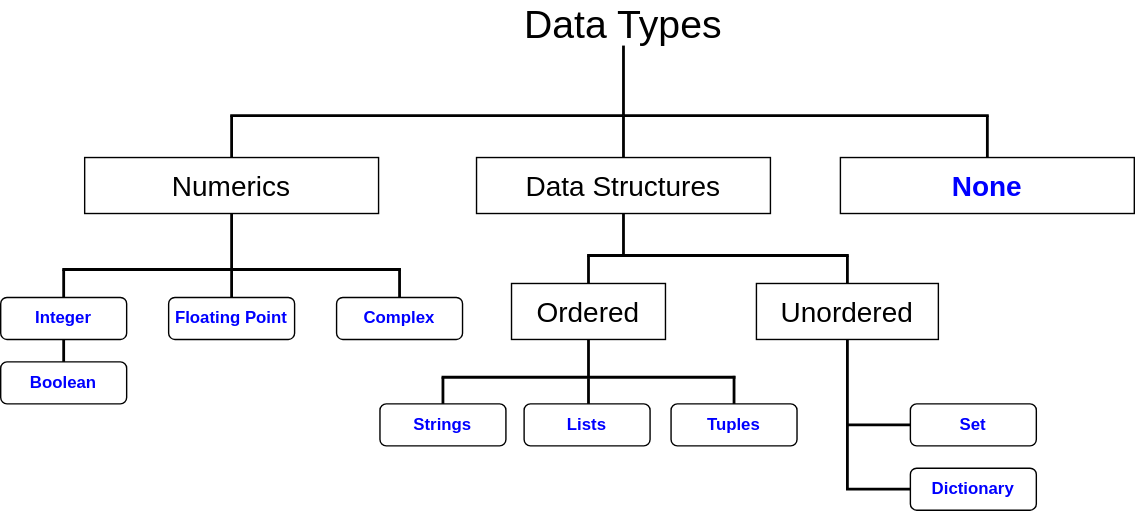
Earlier version of the draw.io export learn_python/module2_data_types/resources/DataTypes.svg (bckohan/learn-python). Source tidied: cells renumbered, new cells last; positions are measured from the earlier drawing's top-left corner, leaving out a move shared by most shapes. Source of this version:
```xml
<mxGraphModel>
  <root>
    <mxCell id="0" />
    <mxCell id="1" parent="0" />
    <mxCell id="2" value="&lt;font style=&quot;font-size: 28px;&quot;&gt;Data Types&lt;/font&gt;" style="text;html=1;strokeColor=none;fillColor=none;align=center;verticalAlign=middle;whiteSpace=wrap;rounded=0;" parent="1" vertex="1">
      <mxGeometry x="370" width="150" height="30" as="geometry" />
    </mxCell>
    <mxCell id="3" style="endArrow=none;html=1;rounded=0;entryX=0.5;entryY=1;entryDx=0;entryDy=0;strokeWidth=2;" parent="1" edge="1" target="2">
      <mxGeometry relative="1" as="geometry">
        <mxPoint x="445" y="80" as="sourcePoint" />
      </mxGeometry>
    </mxCell>
    <mxCell id="4" value="&lt;font style=&quot;font-size: 20px;&quot;&gt;Numerics&lt;/font&gt;" style="rounded=0;whiteSpace=wrap;html=1;" parent="1" vertex="1">
      <mxGeometry x="60" y="110" width="210" height="40" as="geometry" />
    </mxCell>
    <mxCell id="5" value="&lt;font style=&quot;font-size: 20px;&quot;&gt;Data Structures&lt;/font&gt;" style="rounded=0;whiteSpace=wrap;html=1;" parent="1" vertex="1">
      <mxGeometry x="340" y="110" width="210" height="40" as="geometry" />
    </mxCell>
    <mxCell id="6" value="&lt;font color=&quot;#0000ff&quot; style=&quot;font-size: 20px;&quot;&gt;&lt;b&gt;None&lt;/b&gt;&lt;/font&gt;" style="rounded=0;whiteSpace=wrap;html=1;" parent="1" vertex="1">
      <mxGeometry x="600" y="110" width="210" height="40" as="geometry" />
    </mxCell>
    <mxCell id="7" style="endArrow=none;html=1;rounded=0;strokeWidth=2;" parent="1" edge="1">
      <mxGeometry relative="1" as="geometry">
        <mxPoint x="164" y="80" as="sourcePoint" />
        <mxPoint x="445" y="80" as="targetPoint" />
      </mxGeometry>
    </mxCell>
    <mxCell id="8" style="endArrow=none;html=1;rounded=0;strokeWidth=2;" parent="1" edge="1">
      <mxGeometry relative="1" as="geometry">
        <mxPoint x="445" y="80" as="sourcePoint" />
        <mxPoint x="706" y="80" as="targetPoint" />
      </mxGeometry>
    </mxCell>
    <mxCell id="9" style="endArrow=none;html=1;rounded=0;exitX=0.5;exitY=0;exitDx=0;exitDy=0;strokeWidth=2;" parent="1" edge="1" source="4">
      <mxGeometry relative="1" as="geometry">
        <mxPoint x="165" y="80" as="targetPoint" />
      </mxGeometry>
    </mxCell>
    <mxCell id="10" style="endArrow=none;html=1;rounded=0;exitX=0.5;exitY=0;exitDx=0;exitDy=0;strokeWidth=2;" parent="1" edge="1">
      <mxGeometry relative="1" as="geometry">
        <mxPoint x="445" y="110" as="sourcePoint" />
        <mxPoint x="445" y="80" as="targetPoint" />
      </mxGeometry>
    </mxCell>
    <mxCell id="11" style="endArrow=none;html=1;rounded=0;strokeWidth=2;exitX=0.5;exitY=0;exitDx=0;exitDy=0;" parent="1" edge="1" source="6">
      <mxGeometry relative="1" as="geometry">
        <mxPoint x="705" y="80" as="targetPoint" />
      </mxGeometry>
    </mxCell>
    <mxCell id="12" style="endArrow=none;html=1;rounded=0;strokeWidth=2;entryX=0.5;entryY=1;entryDx=0;entryDy=0;" parent="1" edge="1" target="4">
      <mxGeometry relative="1" as="geometry">
        <mxPoint x="165" y="190" as="sourcePoint" />
      </mxGeometry>
    </mxCell>
    <mxCell id="13" value="&lt;b&gt;&lt;font color=&quot;#0000ff&quot;&gt;Integer&lt;/font&gt;&lt;/b&gt;" style="rounded=1;whiteSpace=wrap;html=1;" parent="1" vertex="1">
      <mxGeometry y="210" width="90" height="30" as="geometry" />
    </mxCell>
    <mxCell id="14" value="&lt;b&gt;&lt;font color=&quot;#0000ff&quot;&gt;Floating Point&lt;/font&gt;&lt;/b&gt;" style="rounded=1;whiteSpace=wrap;html=1;" parent="1" vertex="1">
      <mxGeometry x="120" y="210" width="90" height="30" as="geometry" />
    </mxCell>
    <mxCell id="15" value="&lt;b&gt;&lt;font color=&quot;#0000ff&quot;&gt;Complex&lt;/font&gt;&lt;/b&gt;" style="rounded=1;whiteSpace=wrap;html=1;" parent="1" vertex="1">
      <mxGeometry x="240" y="210" width="90" height="30" as="geometry" />
    </mxCell>
    <mxCell id="16" value="&lt;b&gt;&lt;font color=&quot;#0000ff&quot;&gt;Boolean&lt;/font&gt;&lt;/b&gt;" style="rounded=1;whiteSpace=wrap;html=1;" parent="1" vertex="1">
      <mxGeometry y="256" width="90" height="30" as="geometry" />
    </mxCell>
    <mxCell id="17" style="endArrow=none;html=1;rounded=0;strokeWidth=2;" parent="1" edge="1">
      <mxGeometry relative="1" as="geometry">
        <mxPoint x="44" y="190" as="sourcePoint" />
        <mxPoint x="286" y="190" as="targetPoint" />
      </mxGeometry>
    </mxCell>
    <mxCell id="18" style="endArrow=none;html=1;rounded=0;strokeWidth=2;exitX=0.5;exitY=0;exitDx=0;exitDy=0;" parent="1" edge="1" source="14">
      <mxGeometry relative="1" as="geometry">
        <mxPoint x="165" y="190" as="targetPoint" />
      </mxGeometry>
    </mxCell>
    <mxCell id="19" style="endArrow=none;html=1;rounded=0;strokeWidth=2;exitX=0.5;exitY=0;exitDx=0;exitDy=0;" parent="1" edge="1" source="15">
      <mxGeometry relative="1" as="geometry">
        <mxPoint x="285" y="190" as="targetPoint" />
      </mxGeometry>
    </mxCell>
    <mxCell id="20" style="endArrow=none;html=1;rounded=0;strokeWidth=2;exitX=0.5;exitY=0;exitDx=0;exitDy=0;" parent="1" edge="1" source="13">
      <mxGeometry relative="1" as="geometry">
        <mxPoint x="45" y="190" as="targetPoint" />
      </mxGeometry>
    </mxCell>
    <mxCell id="21" style="endArrow=none;html=1;rounded=0;strokeWidth=2;exitX=0.5;exitY=0;exitDx=0;exitDy=0;entryX=0.5;entryY=1;entryDx=0;entryDy=0;" parent="1" edge="1" source="16" target="13">
      <mxGeometry relative="1" as="geometry" />
    </mxCell>
    <mxCell id="22" value="&lt;font style=&quot;font-size: 20px;&quot;&gt;Ordered&lt;/font&gt;" style="rounded=0;whiteSpace=wrap;html=1;" parent="1" vertex="1">
      <mxGeometry x="365" y="200" width="110" height="40" as="geometry" />
    </mxCell>
    <mxCell id="23" value="&lt;font style=&quot;font-size: 20px;&quot;&gt;Unordered&lt;/font&gt;" style="rounded=0;whiteSpace=wrap;html=1;" parent="1" vertex="1">
      <mxGeometry x="540" y="200" width="130" height="40" as="geometry" />
    </mxCell>
    <mxCell id="24" style="endArrow=none;html=1;rounded=0;strokeWidth=2;" parent="1" edge="1">
      <mxGeometry relative="1" as="geometry">
        <mxPoint x="419" y="180" as="sourcePoint" />
        <mxPoint x="606" y="180" as="targetPoint" />
      </mxGeometry>
    </mxCell>
    <mxCell id="25" style="endArrow=none;html=1;rounded=0;strokeWidth=2;exitX=0.5;exitY=0;exitDx=0;exitDy=0;" parent="1" edge="1" source="22">
      <mxGeometry relative="1" as="geometry">
        <mxPoint x="420" y="180" as="targetPoint" />
      </mxGeometry>
    </mxCell>
    <mxCell id="26" style="endArrow=none;html=1;rounded=0;strokeWidth=2;exitX=0.5;exitY=0;exitDx=0;exitDy=0;" parent="1" edge="1" source="23">
      <mxGeometry relative="1" as="geometry">
        <mxPoint x="605" y="180" as="targetPoint" />
      </mxGeometry>
    </mxCell>
    <mxCell id="27" style="endArrow=none;html=1;rounded=0;strokeWidth=2;entryX=0.5;entryY=1;entryDx=0;entryDy=0;" parent="1" edge="1" target="5">
      <mxGeometry relative="1" as="geometry">
        <mxPoint x="445" y="180" as="sourcePoint" />
      </mxGeometry>
    </mxCell>
    <mxCell id="28" value="&lt;b&gt;&lt;font color=&quot;#0000ff&quot;&gt;Strings&lt;/font&gt;&lt;/b&gt;" style="rounded=1;whiteSpace=wrap;html=1;" parent="1" vertex="1">
      <mxGeometry x="271" y="286" width="90" height="30" as="geometry" />
    </mxCell>
    <mxCell id="29" value="&lt;b&gt;&lt;font color=&quot;#0000ff&quot;&gt;Lists&lt;/font&gt;&lt;/b&gt;" style="rounded=1;whiteSpace=wrap;html=1;" parent="1" vertex="1">
      <mxGeometry x="374" y="286" width="90" height="30" as="geometry" />
    </mxCell>
    <mxCell id="30" value="&lt;b&gt;&lt;font color=&quot;#0000ff&quot;&gt;Tuples&lt;/font&gt;&lt;/b&gt;" style="rounded=1;whiteSpace=wrap;html=1;" parent="1" vertex="1">
      <mxGeometry x="479" y="286" width="90" height="30" as="geometry" />
    </mxCell>
    <mxCell id="31" style="endArrow=none;html=1;rounded=0;strokeWidth=2;" parent="1" edge="1">
      <mxGeometry relative="1" as="geometry">
        <mxPoint x="315" y="267" as="sourcePoint" />
        <mxPoint x="525" y="267" as="targetPoint" />
      </mxGeometry>
    </mxCell>
    <mxCell id="32" style="endArrow=none;html=1;rounded=0;strokeWidth=2;entryX=0.5;entryY=1;entryDx=0;entryDy=0;" parent="1" edge="1">
      <mxGeometry relative="1" as="geometry">
        <mxPoint x="420" y="268" as="sourcePoint" />
        <mxPoint x="420" y="240" as="targetPoint" />
      </mxGeometry>
    </mxCell>
    <mxCell id="33" style="endArrow=none;html=1;rounded=0;strokeWidth=2;" parent="1" edge="1">
      <mxGeometry relative="1" as="geometry">
        <mxPoint x="420" y="286" as="sourcePoint" />
        <mxPoint x="420" y="268" as="targetPoint" />
      </mxGeometry>
    </mxCell>
    <mxCell id="34" style="endArrow=none;html=1;rounded=0;strokeWidth=2;exitX=0.5;exitY=0;exitDx=0;exitDy=0;" parent="1" edge="1" source="30">
      <mxGeometry relative="1" as="geometry">
        <mxPoint x="524" y="266" as="targetPoint" />
      </mxGeometry>
    </mxCell>
    <mxCell id="35" style="endArrow=none;html=1;rounded=0;strokeWidth=2;exitX=0.5;exitY=0;exitDx=0;exitDy=0;" parent="1" edge="1" source="28">
      <mxGeometry relative="1" as="geometry">
        <mxPoint x="316" y="267" as="targetPoint" />
      </mxGeometry>
    </mxCell>
    <mxCell id="36" value="&lt;b&gt;&lt;font color=&quot;#0000ff&quot;&gt;Set&lt;/font&gt;&lt;/b&gt;" style="rounded=1;whiteSpace=wrap;html=1;" parent="1" vertex="1">
      <mxGeometry x="650" y="286" width="90" height="30" as="geometry" />
    </mxCell>
    <mxCell id="37" value="&lt;b&gt;&lt;font color=&quot;#0000ff&quot;&gt;Dictionary&lt;/font&gt;&lt;/b&gt;" style="rounded=1;whiteSpace=wrap;html=1;" parent="1" vertex="1">
      <mxGeometry x="650" y="332" width="90" height="30" as="geometry" />
    </mxCell>
    <mxCell id="38" style="endArrow=none;html=1;rounded=0;strokeWidth=2;entryX=0.5;entryY=1;entryDx=0;entryDy=0;" parent="1" edge="1" target="23">
      <mxGeometry relative="1" as="geometry">
        <mxPoint x="605" y="347" as="sourcePoint" />
      </mxGeometry>
    </mxCell>
    <mxCell id="39" style="endArrow=none;html=1;rounded=0;strokeWidth=2;" parent="1" edge="1">
      <mxGeometry relative="1" as="geometry">
        <mxPoint x="604" y="301" as="sourcePoint" />
        <mxPoint x="650" y="301" as="targetPoint" />
      </mxGeometry>
    </mxCell>
    <mxCell id="40" style="endArrow=none;html=1;rounded=0;strokeWidth=2;entryX=0;entryY=0.5;entryDx=0;entryDy=0;" parent="1" edge="1" target="37">
      <mxGeometry relative="1" as="geometry">
        <mxPoint x="604" y="346.9" as="sourcePoint" />
      </mxGeometry>
    </mxCell>
  </root>
</mxGraphModel>
```
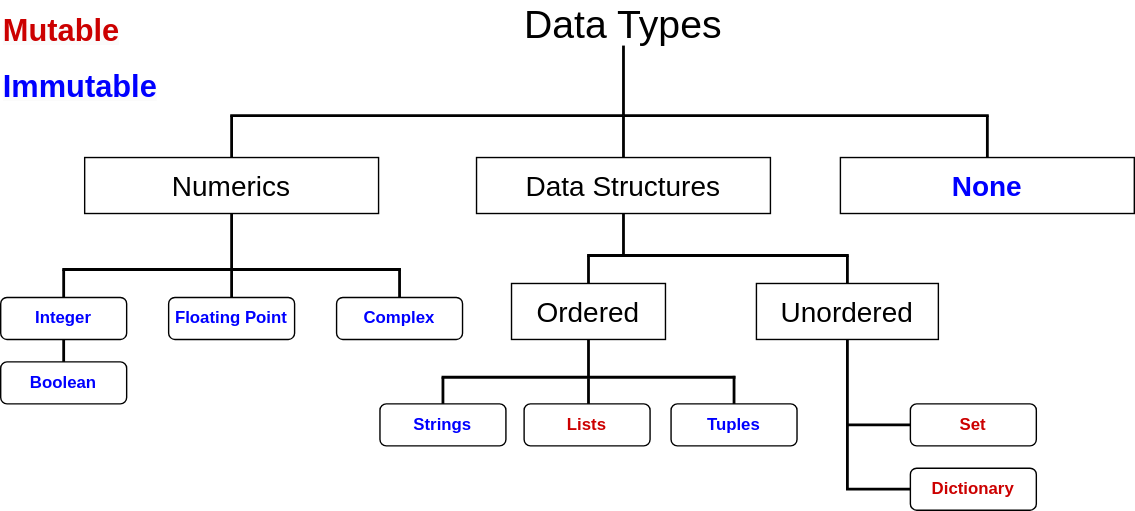
After the change.

Diff of the diagram source:
```diff
@@ -118,7 +118,7 @@
     <mxCell id="28" value="&lt;b&gt;&lt;font color=&quot;#0000ff&quot;&gt;Strings&lt;/font&gt;&lt;/b&gt;" style="rounded=1;whiteSpace=wrap;html=1;" parent="1" vertex="1">
       <mxGeometry x="271" y="286" width="90" height="30" as="geometry" />
     </mxCell>
-    <mxCell id="29" value="&lt;b&gt;&lt;font color=&quot;#0000ff&quot;&gt;Lists&lt;/font&gt;&lt;/b&gt;" style="rounded=1;whiteSpace=wrap;html=1;" parent="1" vertex="1">
+    <mxCell id="29" value="&lt;b&gt;&lt;font color=&quot;#cc0000&quot;&gt;Lists&lt;/font&gt;&lt;/b&gt;" style="rounded=1;whiteSpace=wrap;html=1;" parent="1" vertex="1">
       <mxGeometry x="374" y="286" width="90" height="30" as="geometry" />
     </mxCell>
     <mxCell id="30" value="&lt;b&gt;&lt;font color=&quot;#0000ff&quot;&gt;Tuples&lt;/font&gt;&lt;/b&gt;" style="rounded=1;whiteSpace=wrap;html=1;" parent="1" vertex="1">
@@ -152,10 +152,10 @@
         <mxPoint x="316" y="267" as="targetPoint" />
       </mxGeometry>
     </mxCell>
-    <mxCell id="36" value="&lt;b&gt;&lt;font color=&quot;#0000ff&quot;&gt;Set&lt;/font&gt;&lt;/b&gt;" style="rounded=1;whiteSpace=wrap;html=1;" parent="1" vertex="1">
+    <mxCell id="36" value="&lt;b&gt;&lt;font color=&quot;#cc0000&quot;&gt;Set&lt;/font&gt;&lt;/b&gt;" style="rounded=1;whiteSpace=wrap;html=1;" parent="1" vertex="1">
       <mxGeometry x="650" y="286" width="90" height="30" as="geometry" />
     </mxCell>
-    <mxCell id="37" value="&lt;b&gt;&lt;font color=&quot;#0000ff&quot;&gt;Dictionary&lt;/font&gt;&lt;/b&gt;" style="rounded=1;whiteSpace=wrap;html=1;" parent="1" vertex="1">
+    <mxCell id="37" value="&lt;b style=&quot;border-color: var(--border-color);&quot;&gt;&lt;font style=&quot;border-color: var(--border-color);&quot; color=&quot;#cc0000&quot;&gt;Dictionary&lt;/font&gt;&lt;/b&gt;" style="rounded=1;whiteSpace=wrap;html=1;" parent="1" vertex="1">
       <mxGeometry x="650" y="332" width="90" height="30" as="geometry" />
     </mxCell>
     <mxCell id="38" style="endArrow=none;html=1;rounded=0;strokeWidth=2;entryX=0.5;entryY=1;entryDx=0;entryDy=0;" parent="1" edge="1" target="23">
@@ -174,5 +174,11 @@
         <mxPoint x="604" y="346.9" as="sourcePoint" />
       </mxGeometry>
     </mxCell>
+    <mxCell id="41" value="&lt;b style=&quot;border-color: var(--border-color); color: rgb(0, 0, 0); font-family: Helvetica; font-style: normal; font-variant-ligatures: normal; font-variant-caps: normal; letter-spacing: normal; orphans: 2; text-align: center; text-indent: 0px; text-transform: none; widows: 2; word-spacing: 0px; -webkit-text-stroke-width: 0px; background-color: rgb(251, 251, 251); text-decoration-thickness: initial; text-decoration-style: initial; text-decoration-color: initial;&quot;&gt;&lt;font color=&quot;#cc0000&quot; style=&quot;border-color: var(--border-color); font-size: 22px;&quot;&gt;Mutable&lt;/font&gt;&lt;/b&gt;" style="text;whiteSpace=wrap;html=1;" parent="1" vertex="1">
+      <mxGeometry width="100" height="40" as="geometry" />
+    </mxCell>
+    <mxCell id="42" value="&lt;b style=&quot;border-color: var(--border-color); font-family: Helvetica; font-style: normal; font-variant-ligatures: normal; font-variant-caps: normal; letter-spacing: normal; orphans: 2; text-align: center; text-indent: 0px; text-transform: none; widows: 2; word-spacing: 0px; -webkit-text-stroke-width: 0px; background-color: rgb(251, 251, 251); text-decoration-thickness: initial; text-decoration-style: initial; text-decoration-color: initial;&quot;&gt;&lt;font color=&quot;#0000ff&quot; style=&quot;border-color: var(--border-color); font-size: 22px;&quot;&gt;Immutable&lt;/font&gt;&lt;/b&gt;" style="text;whiteSpace=wrap;html=1;" parent="1" vertex="1">
+      <mxGeometry y="40" width="100" height="40" as="geometry" />
+    </mxCell>
   </root>
 </mxGraphModel>
```
